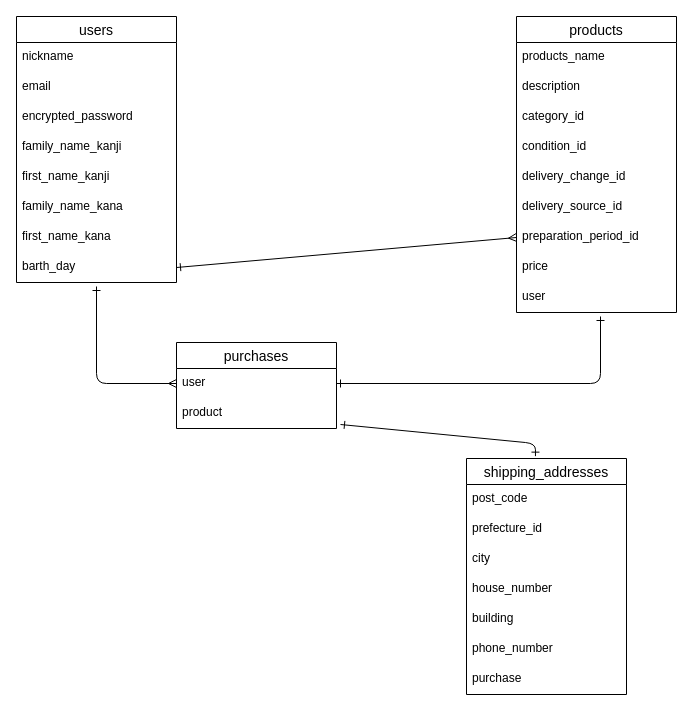
This is ER.dio from HeRoYo/furima-37141, a draw.io file, before an edit. Source tidied: cells renumbered, new cells numbered last; positions are measured from the earlier drawing's top-left corner, leaving out a move shared by most shapes. Both pictures are drawn from the tidied source at 100%, with x=0, y=0 at pixel (16, 16).
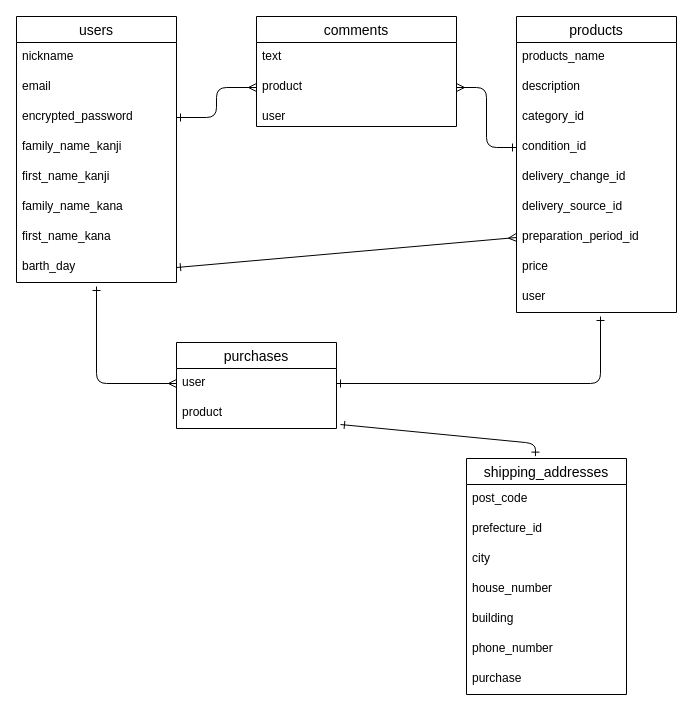
After the change.

The change refers to these unchanged cells:
```xml
<mxCell id="5" value="encrypted_password" style="text;strokeColor=none;fillColor=none;spacingLeft=4;spacingRight=4;overflow=hidden;points=[[0,0.5],[1,0.5]];portConstraint=eastwest;fontSize=12;" parent="2" vertex="1">
  <mxGeometry y="86" width="160" height="30" as="geometry" />
</mxCell>
<mxCell id="15" value="condition_id" style="text;strokeColor=none;fillColor=none;spacingLeft=4;spacingRight=4;overflow=hidden;points=[[0,0.5],[1,0.5]];portConstraint=eastwest;fontSize=12;" parent="11" vertex="1">
  <mxGeometry y="116" width="160" height="30" as="geometry" />
</mxCell>
```

Diff of the diagram source:
```diff
@@
+    <mxCell id="36" value="comments" style="swimlane;fontStyle=0;horizontal=1;startSize=26;align=center;fontSize=14;" parent="1" vertex="1">
+      <mxGeometry x="240" width="200" height="110" as="geometry" />
+    </mxCell>
+    <mxCell id="37" value="text" style="text;strokeColor=none;fillColor=none;spacingLeft=4;spacingRight=4;overflow=hidden;fontSize=12;" parent="36" vertex="1">
+      <mxGeometry y="26" width="200" height="30" as="geometry" />
+    </mxCell>
+    <mxCell id="38" value="product" style="text;strokeColor=none;fillColor=none;spacingLeft=4;spacingRight=4;overflow=hidden;points=[[0,0.5],[1,0.5]];portConstraint=eastwest;fontSize=12;" parent="36" vertex="1">
+      <mxGeometry y="56" width="200" height="30" as="geometry" />
+    </mxCell>
+    <mxCell id="39" value="user" style="text;strokeColor=none;fillColor=none;spacingLeft=4;spacingRight=4;overflow=hidden;fontSize=12;" parent="36" vertex="1">
+      <mxGeometry y="86" width="200" height="24" as="geometry" />
+    </mxCell>
+    <mxCell id="40" style="edgeStyle=none;html=1;exitX=0;exitY=0.5;exitDx=0;exitDy=0;entryX=1;entryY=0.5;entryDx=0;entryDy=0;startArrow=ERone;startFill=0;endArrow=ERmany;endFill=0;" parent="1" edge="1" source="15" target="38">
+      <mxGeometry relative="1" as="geometry">
+        <Array as="points">
+          <mxPoint x="470" y="131" />
+          <mxPoint x="470" y="71" />
+        </Array>
+      </mxGeometry>
+    </mxCell>
+    <mxCell id="41" style="edgeStyle=none;html=1;exitX=0;exitY=0.5;exitDx=0;exitDy=0;startArrow=ERmany;startFill=0;endArrow=ERone;endFill=0;" parent="1" edge="1" source="38" target="5">
+      <mxGeometry relative="1" as="geometry">
+        <Array as="points">
+          <mxPoint x="200" y="71" />
+          <mxPoint x="200" y="101" />
+        </Array>
+      </mxGeometry>
+    </mxCell>
```
